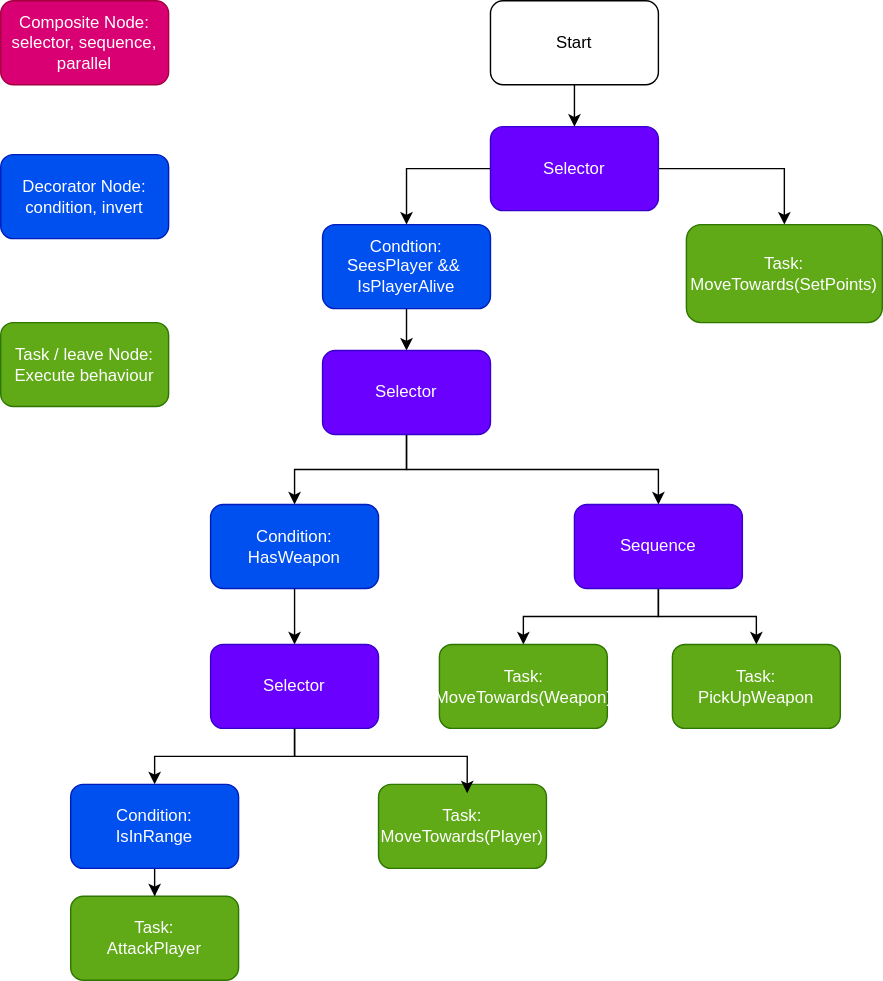
DaBu-Games/AiAndProcedural keeps this draw.io diagram as BehiavourTreeStateDiagram.svg. Above is the earlier version. Source tidied: cells renumbered, new cells last; positions are measured from the earlier drawing's top-left corner, leaving out a move shared by most shapes. The source it was exported from:
```xml
<mxGraphModel>
  <root>
    <mxCell id="0" />
    <mxCell id="1" parent="0" />
    <mxCell id="2" style="edgeStyle=orthogonalEdgeStyle;rounded=0;jettySize=auto;html=1;" parent="1" edge="1" source="3" target="11">
      <mxGeometry relative="1" as="geometry" />
    </mxCell>
    <mxCell id="3" value="Start" style="rounded=1;whiteSpace=wrap;html=1;" parent="1" vertex="1">
      <mxGeometry x="350" width="120" height="60" as="geometry" />
    </mxCell>
    <mxCell id="4" style="edgeStyle=orthogonalEdgeStyle;rounded=0;jettySize=auto;html=1;" parent="1" edge="1" source="5" target="14">
      <mxGeometry relative="1" as="geometry" />
    </mxCell>
    <mxCell id="5" value="Condtion:&lt;div&gt;SeesPlayer &amp;amp;&amp;amp;&amp;nbsp;&lt;/div&gt;&lt;div&gt;IsPlayerAlive&lt;/div&gt;" style="rounded=1;whiteSpace=wrap;html=1;fillColor=#0050ef;fontColor=#ffffff;strokeColor=#001DBC;" parent="1" vertex="1">
      <mxGeometry x="230" y="160" width="120" height="60" as="geometry" />
    </mxCell>
    <mxCell id="6" value="Composite Node:&lt;div&gt;selector, sequence, parallel&lt;/div&gt;" style="rounded=1;whiteSpace=wrap;html=1;fillColor=#d80073;fontColor=#ffffff;strokeColor=#A50040;" parent="1" vertex="1">
      <mxGeometry width="120" height="60" as="geometry" />
    </mxCell>
    <mxCell id="7" value="Decorator Node:&lt;div&gt;condition, invert&lt;/div&gt;" style="rounded=1;whiteSpace=wrap;html=1;fillColor=#0050ef;fontColor=#ffffff;strokeColor=#001DBC;" parent="1" vertex="1">
      <mxGeometry y="110" width="120" height="60" as="geometry" />
    </mxCell>
    <mxCell id="8" value="Task / leave Node:&lt;div&gt;Execute behaviour&lt;/div&gt;" style="rounded=1;whiteSpace=wrap;html=1;fillColor=#60a917;fontColor=#ffffff;strokeColor=#2D7600;" parent="1" vertex="1">
      <mxGeometry y="230" width="120" height="60" as="geometry" />
    </mxCell>
    <mxCell id="9" style="edgeStyle=orthogonalEdgeStyle;rounded=0;jettySize=auto;html=1;exitX=0;exitY=0.5;exitDx=0;exitDy=0;entryX=0.5;entryY=0;entryDx=0;entryDy=0;" parent="1" edge="1" source="11" target="5">
      <mxGeometry relative="1" as="geometry" />
    </mxCell>
    <mxCell id="10" style="edgeStyle=orthogonalEdgeStyle;rounded=0;jettySize=auto;html=1;exitX=1;exitY=0.5;exitDx=0;exitDy=0;entryX=0.5;entryY=0;entryDx=0;entryDy=0;" parent="1" edge="1" source="11" target="29">
      <mxGeometry relative="1" as="geometry" />
    </mxCell>
    <mxCell id="11" value="Selector" style="rounded=1;whiteSpace=wrap;html=1;fillColor=#6a00ff;fontColor=#ffffff;strokeColor=#3700CC;" parent="1" vertex="1">
      <mxGeometry x="350" y="90" width="120" height="60" as="geometry" />
    </mxCell>
    <mxCell id="12" style="edgeStyle=orthogonalEdgeStyle;rounded=0;jettySize=auto;html=1;" parent="1" edge="1" source="14" target="16">
      <mxGeometry relative="1" as="geometry" />
    </mxCell>
    <mxCell id="13" style="edgeStyle=orthogonalEdgeStyle;rounded=0;jettySize=auto;html=1;exitX=0.5;exitY=1;exitDx=0;exitDy=0;" parent="1" edge="1" source="14" target="26">
      <mxGeometry relative="1" as="geometry" />
    </mxCell>
    <mxCell id="14" value="Selector" style="rounded=1;whiteSpace=wrap;html=1;fillColor=#6a00ff;fontColor=#ffffff;strokeColor=#3700CC;" parent="1" vertex="1">
      <mxGeometry x="230" y="250" width="120" height="60" as="geometry" />
    </mxCell>
    <mxCell id="15" style="edgeStyle=orthogonalEdgeStyle;rounded=0;jettySize=auto;html=1;exitX=0.5;exitY=1;exitDx=0;exitDy=0;entryX=0.5;entryY=0;entryDx=0;entryDy=0;" parent="1" edge="1" source="16" target="18">
      <mxGeometry relative="1" as="geometry" />
    </mxCell>
    <mxCell id="16" value="Condition:&lt;div&gt;HasWeapon&lt;/div&gt;" style="rounded=1;whiteSpace=wrap;html=1;fillColor=#0050ef;fontColor=#ffffff;strokeColor=#001DBC;" parent="1" vertex="1">
      <mxGeometry x="150" y="360" width="120" height="60" as="geometry" />
    </mxCell>
    <mxCell id="17" style="edgeStyle=orthogonalEdgeStyle;rounded=0;jettySize=auto;html=1;" parent="1" edge="1" source="18" target="20">
      <mxGeometry relative="1" as="geometry" />
    </mxCell>
    <mxCell id="18" value="Selector" style="rounded=1;whiteSpace=wrap;html=1;fillColor=#6a00ff;fontColor=#ffffff;strokeColor=#3700CC;" parent="1" vertex="1">
      <mxGeometry x="150" y="460" width="120" height="60" as="geometry" />
    </mxCell>
    <mxCell id="19" style="edgeStyle=orthogonalEdgeStyle;rounded=0;jettySize=auto;html=1;" parent="1" edge="1" source="20" target="21">
      <mxGeometry relative="1" as="geometry" />
    </mxCell>
    <mxCell id="20" value="Condition:&lt;div&gt;IsInRange&lt;/div&gt;" style="rounded=1;whiteSpace=wrap;html=1;fillColor=#0050ef;fontColor=#ffffff;strokeColor=#001DBC;" parent="1" vertex="1">
      <mxGeometry x="50" y="560" width="120" height="60" as="geometry" />
    </mxCell>
    <mxCell id="21" value="Task:&lt;div&gt;AttackPlayer&lt;/div&gt;" style="rounded=1;whiteSpace=wrap;html=1;fillColor=#60a917;fontColor=#ffffff;strokeColor=#2D7600;" parent="1" vertex="1">
      <mxGeometry x="50" y="640" width="120" height="60" as="geometry" />
    </mxCell>
    <mxCell id="22" value="Task:&lt;div&gt;MoveTowards(Player)&lt;/div&gt;" style="rounded=1;whiteSpace=wrap;html=1;fillColor=#60a917;fontColor=#ffffff;strokeColor=#2D7600;" parent="1" vertex="1">
      <mxGeometry x="270" y="560" width="120" height="60" as="geometry" />
    </mxCell>
    <mxCell id="23" style="edgeStyle=orthogonalEdgeStyle;rounded=0;jettySize=auto;html=1;entryX=0.528;entryY=0.107;entryDx=0;entryDy=0;entryPerimeter=0;" parent="1" edge="1" source="18" target="22">
      <mxGeometry relative="1" as="geometry" />
    </mxCell>
    <mxCell id="24" style="edgeStyle=orthogonalEdgeStyle;rounded=0;jettySize=auto;html=1;" parent="1" edge="1" source="26" target="27">
      <mxGeometry relative="1" as="geometry" />
    </mxCell>
    <mxCell id="25" style="edgeStyle=orthogonalEdgeStyle;rounded=0;jettySize=auto;html=1;exitX=0.5;exitY=1;exitDx=0;exitDy=0;entryX=0.5;entryY=0;entryDx=0;entryDy=0;" parent="1" edge="1" source="26" target="28">
      <mxGeometry relative="1" as="geometry" />
    </mxCell>
    <mxCell id="26" value="Sequence" style="rounded=1;whiteSpace=wrap;html=1;fillColor=#6a00ff;fontColor=#ffffff;strokeColor=#3700CC;" parent="1" vertex="1">
      <mxGeometry x="410" y="360" width="120" height="60" as="geometry" />
    </mxCell>
    <mxCell id="27" value="Task:&lt;div&gt;MoveTowards(Weapon)&lt;/div&gt;" style="rounded=1;whiteSpace=wrap;html=1;fillColor=#60a917;fontColor=#ffffff;strokeColor=#2D7600;" parent="1" vertex="1">
      <mxGeometry x="313.5" y="460" width="120" height="60" as="geometry" />
    </mxCell>
    <mxCell id="28" value="Task:&lt;div&gt;PickUpWeapon&lt;/div&gt;" style="rounded=1;whiteSpace=wrap;html=1;fillColor=#60a917;fontColor=#ffffff;strokeColor=#2D7600;" parent="1" vertex="1">
      <mxGeometry x="480" y="460" width="120" height="60" as="geometry" />
    </mxCell>
    <mxCell id="29" value="Task:&lt;div&gt;MoveTowards(SetPoints)&lt;/div&gt;" style="rounded=1;whiteSpace=wrap;html=1;fillColor=#60a917;fontColor=#ffffff;strokeColor=#2D7600;" parent="1" vertex="1">
      <mxGeometry x="490" y="160" width="140" height="70" as="geometry" />
    </mxCell>
  </root>
</mxGraphModel>
```
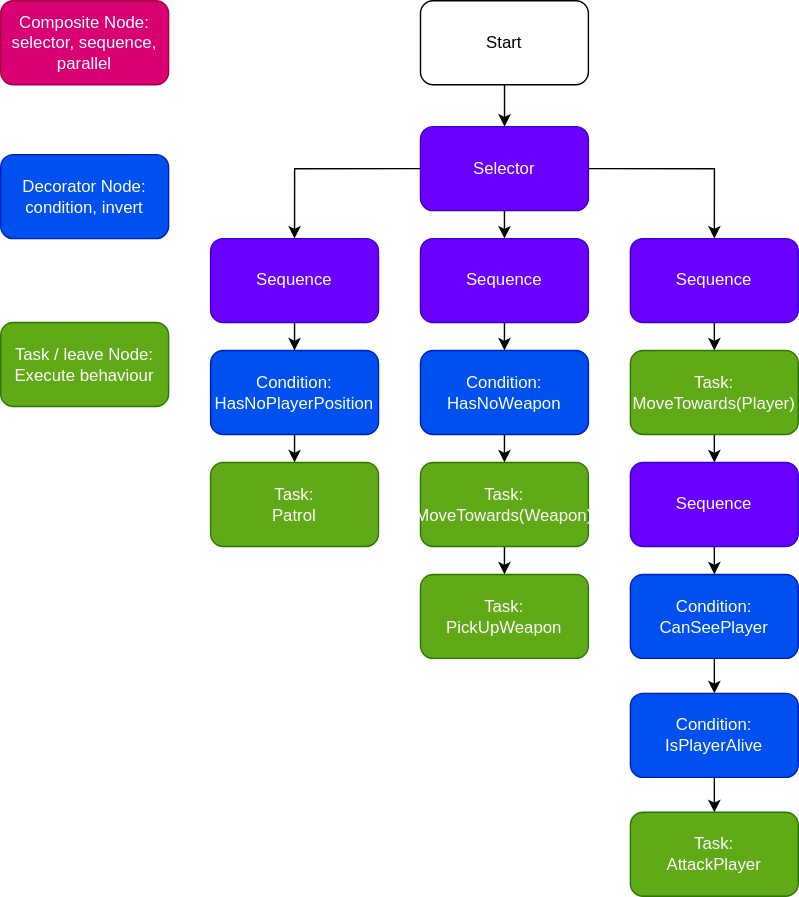
After the commit.

Commit message:
state diagram update

Updated the state diagram to now have the same bheaviour tree as my code.

The edit, as a diff of the source:
```diff
@@ -6,14 +6,8 @@
       <mxGeometry relative="1" as="geometry" />
     </mxCell>
     <mxCell id="3" value="Start" style="rounded=1;whiteSpace=wrap;html=1;" parent="1" vertex="1">
-      <mxGeometry x="350" width="120" height="60" as="geometry" />
+      <mxGeometry x="300" width="120" height="60" as="geometry" />
     </mxCell>
-    <mxCell id="4" style="edgeStyle=orthogonalEdgeStyle;rounded=0;jettySize=auto;html=1;" parent="1" edge="1" source="5" target="14">
-      <mxGeometry relative="1" as="geometry" />
-    </mxCell>
-    <mxCell id="5" value="Condtion:&lt;div&gt;SeesPlayer &amp;amp;&amp;amp;&amp;nbsp;&lt;/div&gt;&lt;div&gt;IsPlayerAlive&lt;/div&gt;" style="rounded=1;whiteSpace=wrap;html=1;fillColor=#0050ef;fontColor=#ffffff;strokeColor=#001DBC;" parent="1" vertex="1">
-      <mxGeometry x="230" y="160" width="120" height="60" as="geometry" />
-    </mxCell>
     <mxCell id="6" value="Composite Node:&lt;div&gt;selector, sequence, parallel&lt;/div&gt;" style="rounded=1;whiteSpace=wrap;html=1;fillColor=#d80073;fontColor=#ffffff;strokeColor=#A50040;" parent="1" vertex="1">
       <mxGeometry width="120" height="60" as="geometry" />
     </mxCell>
@@ -23,68 +17,86 @@
     <mxCell id="8" value="Task / leave Node:&lt;div&gt;Execute behaviour&lt;/div&gt;" style="rounded=1;whiteSpace=wrap;html=1;fillColor=#60a917;fontColor=#ffffff;strokeColor=#2D7600;" parent="1" vertex="1">
       <mxGeometry y="230" width="120" height="60" as="geometry" />
     </mxCell>
-    <mxCell id="9" style="edgeStyle=orthogonalEdgeStyle;rounded=0;jettySize=auto;html=1;exitX=0;exitY=0.5;exitDx=0;exitDy=0;entryX=0.5;entryY=0;entryDx=0;entryDy=0;" parent="1" edge="1" source="11" target="5">
+    <mxCell id="9" style="edgeStyle=orthogonalEdgeStyle;rounded=0;jettySize=auto;html=1;exitX=0;exitY=0.5;exitDx=0;exitDy=0;entryX=0.5;entryY=0;entryDx=0;entryDy=0;" parent="1" edge="1" source="11" target="26">
       <mxGeometry relative="1" as="geometry" />
     </mxCell>
-    <mxCell id="10" style="edgeStyle=orthogonalEdgeStyle;rounded=0;jettySize=auto;html=1;exitX=1;exitY=0.5;exitDx=0;exitDy=0;entryX=0.5;entryY=0;entryDx=0;entryDy=0;" parent="1" edge="1" source="11" target="29">
-      <mxGeometry relative="1" as="geometry" />
-    </mxCell>
+    <mxCell id="30" style="edgeStyle=orthogonalEdgeStyle;rounded=0;jettySize=auto;html=1;exitX=1;exitY=0.5;exitDx=0;exitDy=0;entryX=0.5;entryY=0;entryDx=0;entryDy=0;" parent="1" edge="1" source="11" target="41">
+      <mxGeometry relative="1" as="geometry" />
+    </mxCell>
+    <mxCell id="31" style="edgeStyle=orthogonalEdgeStyle;rounded=0;jettySize=auto;html=1;exitX=0.5;exitY=1;exitDx=0;exitDy=0;entryX=0.5;entryY=0;entryDx=0;entryDy=0;" parent="1" edge="1" source="11" target="39">
+      <mxGeometry relative="1" as="geometry" />
+    </mxCell>
     <mxCell id="11" value="Selector" style="rounded=1;whiteSpace=wrap;html=1;fillColor=#6a00ff;fontColor=#ffffff;strokeColor=#3700CC;" parent="1" vertex="1">
-      <mxGeometry x="350" y="90" width="120" height="60" as="geometry" />
+      <mxGeometry x="300" y="90" width="120" height="60" as="geometry" />
     </mxCell>
-    <mxCell id="12" style="edgeStyle=orthogonalEdgeStyle;rounded=0;jettySize=auto;html=1;" parent="1" edge="1" source="14" target="16">
-      <mxGeometry relative="1" as="geometry" />
-    </mxCell>
-    <mxCell id="13" style="edgeStyle=orthogonalEdgeStyle;rounded=0;jettySize=auto;html=1;exitX=0.5;exitY=1;exitDx=0;exitDy=0;" parent="1" edge="1" source="14" target="26">
-      <mxGeometry relative="1" as="geometry" />
-    </mxCell>
-    <mxCell id="14" value="Selector" style="rounded=1;whiteSpace=wrap;html=1;fillColor=#6a00ff;fontColor=#ffffff;strokeColor=#3700CC;" parent="1" vertex="1">
-      <mxGeometry x="230" y="250" width="120" height="60" as="geometry" />
-    </mxCell>
-    <mxCell id="15" style="edgeStyle=orthogonalEdgeStyle;rounded=0;jettySize=auto;html=1;exitX=0.5;exitY=1;exitDx=0;exitDy=0;entryX=0.5;entryY=0;entryDx=0;entryDy=0;" parent="1" edge="1" source="16" target="18">
-      <mxGeometry relative="1" as="geometry" />
-    </mxCell>
+    <mxCell id="32" style="edgeStyle=orthogonalEdgeStyle;rounded=0;jettySize=auto;html=1;exitX=0.5;exitY=1;exitDx=0;exitDy=0;entryX=0.5;entryY=0;entryDx=0;entryDy=0;" parent="1" edge="1" source="16" target="37">
+      <mxGeometry relative="1" as="geometry" />
+    </mxCell>
-    <mxCell id="16" value="Condition:&lt;div&gt;HasWeapon&lt;/div&gt;" style="rounded=1;whiteSpace=wrap;html=1;fillColor=#0050ef;fontColor=#ffffff;strokeColor=#001DBC;" parent="1" vertex="1">
-      <mxGeometry x="150" y="360" width="120" height="60" as="geometry" />
+    <mxCell id="16" value="Condition:&lt;div&gt;HasNoPlayerPosition&lt;/div&gt;" style="rounded=1;whiteSpace=wrap;html=1;fillColor=#0050ef;fontColor=#ffffff;strokeColor=#001DBC;" parent="1" vertex="1">
+      <mxGeometry x="150" y="250" width="120" height="60" as="geometry" />
     </mxCell>
-    <mxCell id="17" style="edgeStyle=orthogonalEdgeStyle;rounded=0;jettySize=auto;html=1;" parent="1" edge="1" source="18" target="20">
-      <mxGeometry relative="1" as="geometry" />
-    </mxCell>
-    <mxCell id="18" value="Selector" style="rounded=1;whiteSpace=wrap;html=1;fillColor=#6a00ff;fontColor=#ffffff;strokeColor=#3700CC;" parent="1" vertex="1">
-      <mxGeometry x="150" y="460" width="120" height="60" as="geometry" />
-    </mxCell>
-    <mxCell id="19" style="edgeStyle=orthogonalEdgeStyle;rounded=0;jettySize=auto;html=1;" parent="1" edge="1" source="20" target="21">
-      <mxGeometry relative="1" as="geometry" />
-    </mxCell>
+    <mxCell id="33" style="edgeStyle=orthogonalEdgeStyle;rounded=0;jettySize=auto;html=1;exitX=0.5;exitY=1;exitDx=0;exitDy=0;entryX=0.5;entryY=0;entryDx=0;entryDy=0;" parent="1" edge="1" source="20" target="47">
+      <mxGeometry relative="1" as="geometry" />
+    </mxCell>
-    <mxCell id="20" value="Condition:&lt;div&gt;IsInRange&lt;/div&gt;" style="rounded=1;whiteSpace=wrap;html=1;fillColor=#0050ef;fontColor=#ffffff;strokeColor=#001DBC;" parent="1" vertex="1">
-      <mxGeometry x="50" y="560" width="120" height="60" as="geometry" />
+    <mxCell id="20" value="Condition:&lt;div&gt;CanSeePlayer&lt;/div&gt;" style="rounded=1;whiteSpace=wrap;html=1;fillColor=#0050ef;fontColor=#ffffff;strokeColor=#001DBC;" parent="1" vertex="1">
+      <mxGeometry x="450" y="410" width="120" height="60" as="geometry" />
     </mxCell>
     <mxCell id="21" value="Task:&lt;div&gt;AttackPlayer&lt;/div&gt;" style="rounded=1;whiteSpace=wrap;html=1;fillColor=#60a917;fontColor=#ffffff;strokeColor=#2D7600;" parent="1" vertex="1">
-      <mxGeometry x="50" y="640" width="120" height="60" as="geometry" />
+      <mxGeometry x="450" y="580" width="120" height="60" as="geometry" />
     </mxCell>
+    <mxCell id="34" style="edgeStyle=orthogonalEdgeStyle;rounded=0;jettySize=auto;html=1;exitX=0.5;exitY=1;exitDx=0;exitDy=0;entryX=0.5;entryY=0;entryDx=0;entryDy=0;" parent="1" edge="1" source="22" target="45">
+      <mxGeometry relative="1" as="geometry" />
+    </mxCell>
     <mxCell id="22" value="Task:&lt;div&gt;MoveTowards(Player)&lt;/div&gt;" style="rounded=1;whiteSpace=wrap;html=1;fillColor=#60a917;fontColor=#ffffff;strokeColor=#2D7600;" parent="1" vertex="1">
-      <mxGeometry x="270" y="560" width="120" height="60" as="geometry" />
+      <mxGeometry x="450" y="250" width="120" height="60" as="geometry" />
     </mxCell>
-    <mxCell id="23" style="edgeStyle=orthogonalEdgeStyle;rounded=0;jettySize=auto;html=1;entryX=0.528;entryY=0.107;entryDx=0;entryDy=0;entryPerimeter=0;" parent="1" edge="1" source="18" target="22">
-      <mxGeometry relative="1" as="geometry" />
-    </mxCell>
-    <mxCell id="24" style="edgeStyle=orthogonalEdgeStyle;rounded=0;jettySize=auto;html=1;" parent="1" edge="1" source="26" target="27">
-      <mxGeometry relative="1" as="geometry" />
-    </mxCell>
-    <mxCell id="25" style="edgeStyle=orthogonalEdgeStyle;rounded=0;jettySize=auto;html=1;exitX=0.5;exitY=1;exitDx=0;exitDy=0;entryX=0.5;entryY=0;entryDx=0;entryDy=0;" parent="1" edge="1" source="26" target="28">
-      <mxGeometry relative="1" as="geometry" />
-    </mxCell>
+    <mxCell id="35" style="edgeStyle=orthogonalEdgeStyle;rounded=0;jettySize=auto;html=1;exitX=0.5;exitY=1;exitDx=0;exitDy=0;entryX=0.5;entryY=0;entryDx=0;entryDy=0;" parent="1" edge="1" source="26" target="16">
+      <mxGeometry relative="1" as="geometry" />
+    </mxCell>
     <mxCell id="26" value="Sequence" style="rounded=1;whiteSpace=wrap;html=1;fillColor=#6a00ff;fontColor=#ffffff;strokeColor=#3700CC;" parent="1" vertex="1">
-      <mxGeometry x="410" y="360" width="120" height="60" as="geometry" />
+      <mxGeometry x="150" y="170" width="120" height="60" as="geometry" />
     </mxCell>
+    <mxCell id="36" style="edgeStyle=orthogonalEdgeStyle;rounded=0;jettySize=auto;html=1;exitX=0.5;exitY=1;exitDx=0;exitDy=0;entryX=0.5;entryY=0;entryDx=0;entryDy=0;" parent="1" edge="1" source="27" target="28">
+      <mxGeometry relative="1" as="geometry" />
+    </mxCell>
     <mxCell id="27" value="Task:&lt;div&gt;MoveTowards(Weapon)&lt;/div&gt;" style="rounded=1;whiteSpace=wrap;html=1;fillColor=#60a917;fontColor=#ffffff;strokeColor=#2D7600;" parent="1" vertex="1">
-      <mxGeometry x="313.5" y="460" width="120" height="60" as="geometry" />
+      <mxGeometry x="300" y="330" width="120" height="60" as="geometry" />
     </mxCell>
     <mxCell id="28" value="Task:&lt;div&gt;PickUpWeapon&lt;/div&gt;" style="rounded=1;whiteSpace=wrap;html=1;fillColor=#60a917;fontColor=#ffffff;strokeColor=#2D7600;" parent="1" vertex="1">
-      <mxGeometry x="480" y="460" width="120" height="60" as="geometry" />
+      <mxGeometry x="300" y="410" width="120" height="60" as="geometry" />
     </mxCell>
-    <mxCell id="29" value="Task:&lt;div&gt;MoveTowards(SetPoints)&lt;/div&gt;" style="rounded=1;whiteSpace=wrap;html=1;fillColor=#60a917;fontColor=#ffffff;strokeColor=#2D7600;" parent="1" vertex="1">
-      <mxGeometry x="490" y="160" width="140" height="70" as="geometry" />
-    </mxCell>
+    <mxCell id="37" value="Task:&lt;div&gt;Patrol&lt;/div&gt;" style="rounded=1;whiteSpace=wrap;html=1;fillColor=#60a917;fontColor=#ffffff;strokeColor=#2D7600;" parent="1" vertex="1">
+      <mxGeometry x="150" y="330" width="120" height="60" as="geometry" />
+    </mxCell>
+    <mxCell id="38" style="edgeStyle=orthogonalEdgeStyle;rounded=0;jettySize=auto;html=1;exitX=0.5;exitY=1;exitDx=0;exitDy=0;entryX=0.5;entryY=0;entryDx=0;entryDy=0;" parent="1" edge="1" source="39" target="43">
+      <mxGeometry relative="1" as="geometry" />
+    </mxCell>
+    <mxCell id="39" value="Sequence" style="rounded=1;whiteSpace=wrap;html=1;fillColor=#6a00ff;fontColor=#ffffff;strokeColor=#3700CC;" parent="1" vertex="1">
+      <mxGeometry x="300" y="170" width="120" height="60" as="geometry" />
+    </mxCell>
+    <mxCell id="40" style="edgeStyle=orthogonalEdgeStyle;rounded=0;jettySize=auto;html=1;exitX=0.5;exitY=1;exitDx=0;exitDy=0;entryX=0.5;entryY=0;entryDx=0;entryDy=0;" parent="1" edge="1" source="41" target="22">
+      <mxGeometry relative="1" as="geometry" />
+    </mxCell>
+    <mxCell id="41" value="Sequence" style="rounded=1;whiteSpace=wrap;html=1;fillColor=#6a00ff;fontColor=#ffffff;strokeColor=#3700CC;" parent="1" vertex="1">
+      <mxGeometry x="450" y="170" width="120" height="60" as="geometry" />
+    </mxCell>
+    <mxCell id="42" style="edgeStyle=orthogonalEdgeStyle;rounded=0;jettySize=auto;html=1;exitX=0.5;exitY=1;exitDx=0;exitDy=0;entryX=0.5;entryY=0;entryDx=0;entryDy=0;" parent="1" edge="1" source="43" target="27">
+      <mxGeometry relative="1" as="geometry" />
+    </mxCell>
+    <mxCell id="43" value="Condition:&lt;div&gt;HasNoWeapon&lt;/div&gt;" style="rounded=1;whiteSpace=wrap;html=1;fillColor=#0050ef;fontColor=#ffffff;strokeColor=#001DBC;" parent="1" vertex="1">
+      <mxGeometry x="300" y="250" width="120" height="60" as="geometry" />
+    </mxCell>
+    <mxCell id="44" style="edgeStyle=orthogonalEdgeStyle;rounded=0;jettySize=auto;html=1;exitX=0.5;exitY=1;exitDx=0;exitDy=0;entryX=0.5;entryY=0;entryDx=0;entryDy=0;" parent="1" edge="1" source="45" target="20">
+      <mxGeometry relative="1" as="geometry" />
+    </mxCell>
+    <mxCell id="45" value="Sequence" style="rounded=1;whiteSpace=wrap;html=1;fillColor=#6a00ff;fontColor=#ffffff;strokeColor=#3700CC;" parent="1" vertex="1">
+      <mxGeometry x="450" y="330" width="120" height="60" as="geometry" />
+    </mxCell>
+    <mxCell id="46" style="edgeStyle=orthogonalEdgeStyle;rounded=0;jettySize=auto;html=1;exitX=0.5;exitY=1;exitDx=0;exitDy=0;entryX=0.5;entryY=0;entryDx=0;entryDy=0;" parent="1" edge="1" source="47" target="21">
+      <mxGeometry relative="1" as="geometry" />
+    </mxCell>
+    <mxCell id="47" value="Condition:&lt;div&gt;IsPlayerAlive&lt;/div&gt;" style="rounded=1;whiteSpace=wrap;html=1;fillColor=#0050ef;fontColor=#ffffff;strokeColor=#001DBC;" parent="1" vertex="1">
+      <mxGeometry x="450" y="495" width="120" height="60" as="geometry" />
+    </mxCell>
   </root>
 </mxGraphModel>
```
